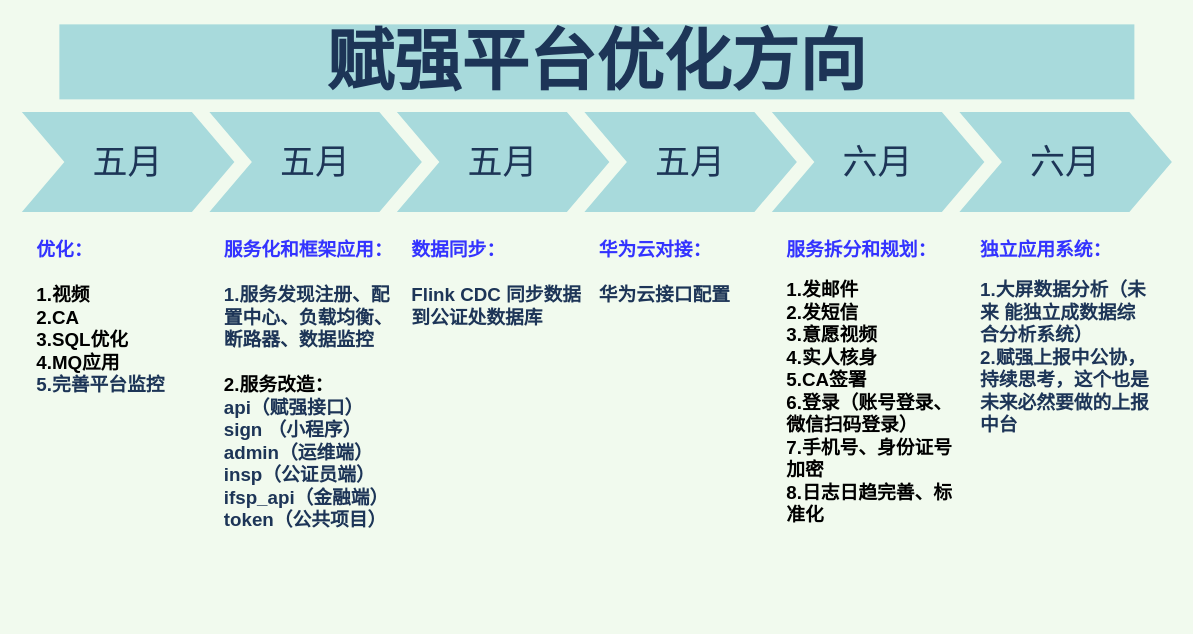
The draw.io diagram page "赋强平台优化方向" (1 of 3) of 赋强平台优化方案.drawio in wuyongfeng/wuyongfeng, before the edit. Source tidied: cells renumbered, new cells numbered last; positions are measured from the earlier drawing's top-left corner, leaving out a move shared by most shapes. Both pictures are drawn from the tidied source at 125%, with x=0, y=0 at pixel (21, 24).
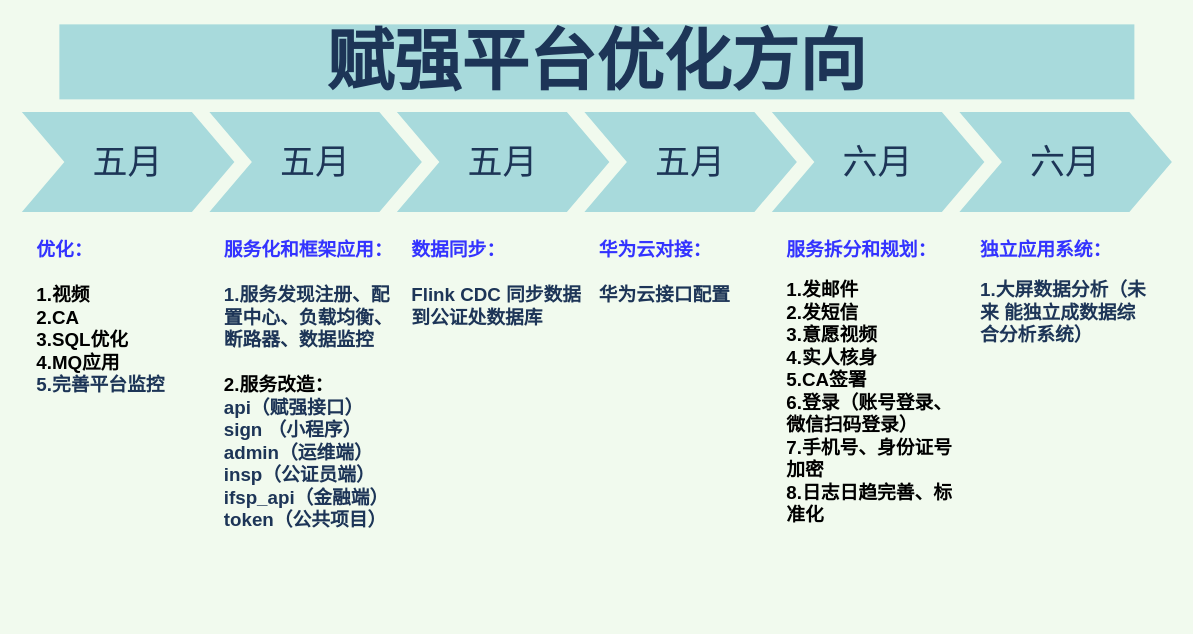
The same page after the edit.

Commit message:
Update 赋强平台优化方案.drawio

Change to the diagram source:
```diff
@@
 <mxGraphModel background="#F1FAEE">
   <root>
     <mxCell id="0" />
     <mxCell id="1" parent="0" />
     <mxCell id="2" value="五月" style="shape=step;whiteSpace=wrap;html=1;fontSize=28;fillColor=#A8DADC;fontColor=#1D3557;strokeColor=none;" parent="1" vertex="1">
       <mxGeometry y="70" width="170" height="80" as="geometry" />
     </mxCell>
     <mxCell id="3" value="五月" style="shape=step;whiteSpace=wrap;html=1;fontSize=28;fillColor=#A8DADC;fontColor=#1D3557;strokeColor=none;" parent="1" vertex="1">
       <mxGeometry x="150" y="70" width="170" height="80" as="geometry" />
     </mxCell>
     <mxCell id="4" value="五月" style="shape=step;whiteSpace=wrap;html=1;fontSize=28;fillColor=#A8DADC;fontColor=#1D3557;strokeColor=none;" parent="1" vertex="1">
       <mxGeometry x="300" y="70" width="170" height="80" as="geometry" />
     </mxCell>
     <mxCell id="5" value="五月" style="shape=step;whiteSpace=wrap;html=1;fontSize=28;fillColor=#A8DADC;fontColor=#1D3557;strokeColor=none;" parent="1" vertex="1">
       <mxGeometry x="450" y="70" width="170" height="80" as="geometry" />
     </mxCell>
     <mxCell id="6" value="六月" style="shape=step;whiteSpace=wrap;html=1;fontSize=28;fillColor=#A8DADC;fontColor=#1D3557;strokeColor=none;" parent="1" vertex="1">
       <mxGeometry x="600" y="70" width="170" height="80" as="geometry" />
     </mxCell>
     <mxCell id="7" value="六月" style="shape=step;whiteSpace=wrap;html=1;fontSize=28;fillColor=#A8DADC;fontColor=#1D3557;strokeColor=none;" parent="1" vertex="1">
       <mxGeometry x="750" y="70" width="170" height="80" as="geometry" />
     </mxCell>
     <mxCell id="8" value="赋强平台优化方向" style="text;html=1;strokeColor=none;fillColor=#A8DADC;align=center;verticalAlign=middle;whiteSpace=wrap;fontSize=54;fontStyle=1;fontColor=#1D3557;" parent="1" vertex="1">
       <mxGeometry x="30" width="860" height="60" as="geometry" />
     </mxCell>
     <mxCell id="9" value="&lt;div style=&quot;font-size: 15px&quot;&gt;&lt;font color=&quot;#3333ff&quot;&gt;优化：&lt;/font&gt;&lt;br&gt;&lt;br&gt;&lt;/div&gt;&lt;div style=&quot;font-size: 15px&quot;&gt;1.视频&lt;/div&gt;&lt;div style=&quot;font-size: 15px&quot;&gt;2.CA&lt;/div&gt;&lt;div style=&quot;font-size: 15px&quot;&gt;3.SQL优化&lt;/div&gt;&lt;div style=&quot;font-size: 15px&quot;&gt;4.MQ应用&lt;/div&gt;&lt;div style=&quot;font-size: 15px&quot;&gt;&lt;b style=&quot;color: rgb(29 , 53 , 87)&quot;&gt;5.完善平台监控&lt;/b&gt;&lt;br&gt;&lt;/div&gt;" style="text;spacingTop=-5;fillColor=default;whiteSpace=wrap;html=1;align=left;fontSize=15;fontFamily=Helvetica;fillColor=none;strokeColor=none;verticalAlign=top;horizontal=1;labelPosition=center;verticalLabelPosition=middle;fontStyle=1;labelBorderColor=none;" parent="1" vertex="1">
       <mxGeometry x="10" y="170" width="140" height="230" as="geometry" />
     </mxCell>
     <mxCell id="10" value="&lt;div&gt;&lt;font color=&quot;#3333ff&quot;&gt;服务化和框架应用：&lt;/font&gt;&lt;/div&gt;&lt;div style=&quot;color: rgb(0 , 0 , 0)&quot;&gt;&lt;br&gt;&lt;/div&gt;&lt;div style=&quot;color: rgb(0 , 0 , 0)&quot;&gt;&lt;span style=&quot;color: rgb(29 , 53 , 87)&quot;&gt;1.服务发现注册、配置中心、负载均衡、断路器、数据监控&lt;/span&gt;&lt;br&gt;&lt;/div&gt;&lt;div style=&quot;color: rgb(0 , 0 , 0)&quot;&gt;&lt;br&gt;&lt;/div&gt;&lt;div style=&quot;color: rgb(0 , 0 , 0)&quot;&gt;2.服务改造：&lt;/div&gt;&lt;div&gt;api（赋强接口）&lt;/div&gt;&lt;div&gt;sign （小程序）&lt;/div&gt;&lt;div&gt;admin（运维端）&lt;/div&gt;&lt;div&gt;insp（公证员端）&lt;/div&gt;&lt;div&gt;ifsp_api（金融端）&lt;/div&gt;&lt;span&gt;token（公共项目）&lt;/span&gt;&lt;br&gt;&lt;div style=&quot;color: rgb(0 , 0 , 0)&quot;&gt;&lt;br&gt;&lt;/div&gt;" style="text;spacingTop=-5;fillColor=#ffffff;whiteSpace=wrap;html=1;align=left;fontSize=15;fontFamily=Helvetica;fillColor=none;strokeColor=none;fontColor=#1D3557;fontStyle=1;" parent="1" vertex="1">
       <mxGeometry x="160" y="170" width="140" height="300" as="geometry" />
     </mxCell>
     <mxCell id="11" value="&lt;b style=&quot;font-size: 15px&quot;&gt;&lt;font color=&quot;#3333ff&quot;&gt;数据同步：&lt;/font&gt;&lt;br&gt;&lt;br&gt;Flink CDC 同步数据到公证处数据库&lt;/b&gt;" style="text;spacingTop=-5;fillColor=#ffffff;whiteSpace=wrap;html=1;align=left;fontSize=12;fontFamily=Helvetica;fillColor=none;strokeColor=none;fontColor=#1D3557;" parent="1" vertex="1">
       <mxGeometry x="310" y="170" width="140" height="300" as="geometry" />
     </mxCell>
     <mxCell id="12" value="&lt;b style=&quot;font-size: 15px&quot;&gt;&lt;font color=&quot;#3333ff&quot;&gt;华为云对接：&lt;/font&gt;&lt;br&gt;&lt;br&gt;华为云接口配置&lt;br&gt;&lt;/b&gt;" style="text;spacingTop=-5;fillColor=#ffffff;whiteSpace=wrap;html=1;align=left;fontSize=12;fontFamily=Helvetica;fillColor=none;strokeColor=none;fontColor=#1D3557;" parent="1" vertex="1">
       <mxGeometry x="460" y="170" width="140" height="280" as="geometry" />
     </mxCell>
     <mxCell id="13" value="&lt;span style=&quot;font-size: 15px&quot;&gt;&lt;b&gt;&lt;font color=&quot;#3333ff&quot;&gt;服务拆分和规划：&lt;/font&gt;&lt;/b&gt;&lt;/span&gt;&lt;br&gt;&lt;br&gt;&lt;div&gt;&lt;div style=&quot;font-size: 15px ; font-weight: 700 ; color: rgb(0 , 0 , 0)&quot;&gt;1.发邮件&lt;/div&gt;&lt;div style=&quot;font-size: 15px ; font-weight: 700 ; color: rgb(0 , 0 , 0)&quot;&gt;2.发短信&lt;/div&gt;&lt;div style=&quot;font-size: 15px ; font-weight: 700 ; color: rgb(0 , 0 , 0)&quot;&gt;3.意愿视频&lt;/div&gt;&lt;div style=&quot;font-size: 15px ; font-weight: 700 ; color: rgb(0 , 0 , 0)&quot;&gt;4.实人核身&lt;/div&gt;&lt;div style=&quot;font-size: 15px ; font-weight: 700 ; color: rgb(0 , 0 , 0)&quot;&gt;5.CA签署&lt;/div&gt;&lt;div style=&quot;font-size: 15px ; font-weight: 700 ; color: rgb(0 , 0 , 0)&quot;&gt;6.登录（账号登录、微信扫码登录）&lt;/div&gt;&lt;div style=&quot;font-size: 15px ; font-weight: 700 ; color: rgb(0 , 0 , 0)&quot;&gt;7.手机号、身份证号加密&lt;/div&gt;&lt;div style=&quot;font-size: 15px ; font-weight: 700 ; color: rgb(0 , 0 , 0)&quot;&gt;8.日志日趋完善、标准化&lt;/div&gt;&lt;/div&gt;" style="text;spacingTop=-5;fillColor=#ffffff;whiteSpace=wrap;html=1;align=left;fontSize=12;fontFamily=Helvetica;fillColor=none;strokeColor=none;fontColor=#1D3557;" parent="1" vertex="1">
       <mxGeometry x="610" y="170" width="140" height="230" as="geometry" />
     </mxCell>
-    <mxCell id="14" value="&lt;span style=&quot;font-size: 15px&quot;&gt;&lt;b&gt;&lt;font color=&quot;#3333ff&quot;&gt;独立应用系统：&lt;/font&gt;&lt;/b&gt;&lt;/span&gt;&lt;br&gt;&lt;br&gt;&lt;div&gt;&lt;span style=&quot;font-size: 15px&quot;&gt;&lt;b&gt;1.大屏数据分析（未来 能独立成数据综合分析系统）&lt;/b&gt;&lt;/span&gt;&lt;/div&gt;&lt;div&gt;&lt;span style=&quot;font-size: 15px&quot;&gt;&lt;b&gt;2.赋强上报中公协，持续思考，这个也是未来必然要做的上报中台&lt;/b&gt;&lt;/span&gt;&lt;/div&gt;" style="text;spacingTop=-5;fillColor=#ffffff;whiteSpace=wrap;html=1;align=left;fontSize=12;fontFamily=Helvetica;fillColor=none;strokeColor=none;fontColor=#1D3557;" parent="1" vertex="1">
+    <mxCell id="14" value="&lt;span style=&quot;font-size: 15px&quot;&gt;&lt;b&gt;&lt;font color=&quot;#3333ff&quot;&gt;独立应用系统：&lt;/font&gt;&lt;/b&gt;&lt;/span&gt;&lt;br&gt;&lt;br&gt;&lt;div&gt;&lt;span style=&quot;font-size: 15px&quot;&gt;&lt;b&gt;1.大屏数据分析（未来 能独立成数据综合分析系统）&lt;/b&gt;&lt;/span&gt;&lt;/div&gt;&lt;div&gt;&lt;br&gt;&lt;/div&gt;" style="text;spacingTop=-5;fillColor=#ffffff;whiteSpace=wrap;html=1;align=left;fontSize=12;fontFamily=Helvetica;fillColor=none;strokeColor=none;fontColor=#1D3557;" parent="1" vertex="1">
       <mxGeometry x="765" y="170" width="140" height="220" as="geometry" />
     </mxCell>
   </root>
 </mxGraphModel>
```
